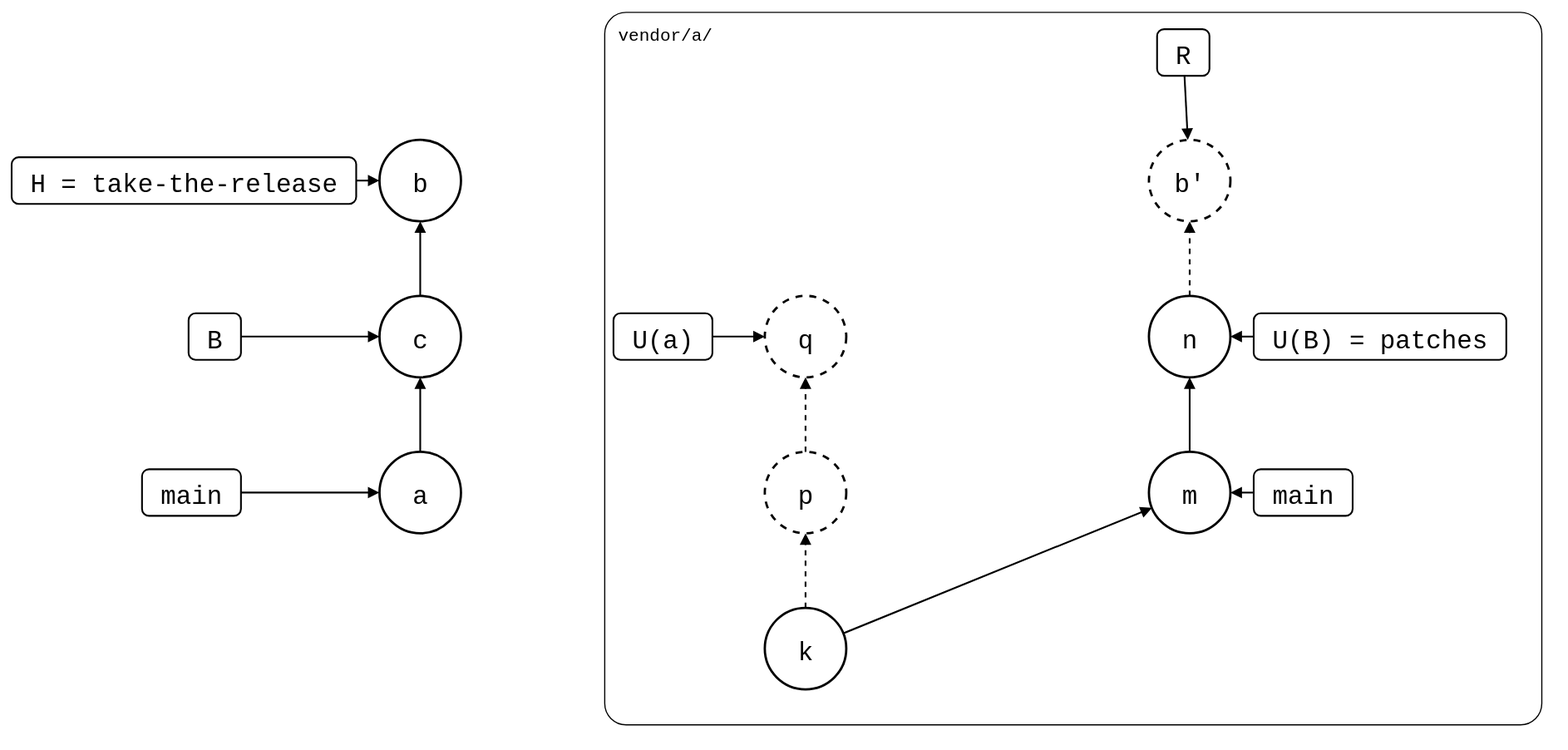
Earlier version of the draw.io export test/scenarios/06-rewritten-history/04-patch-branch-rebased/02-squash-merged/pull-request.drawio.svg (roschaefer/git-splice). Source tidied: cells renumbered, new cells last; positions are measured from the earlier drawing's top-left corner, leaving out a move shared by most shapes.
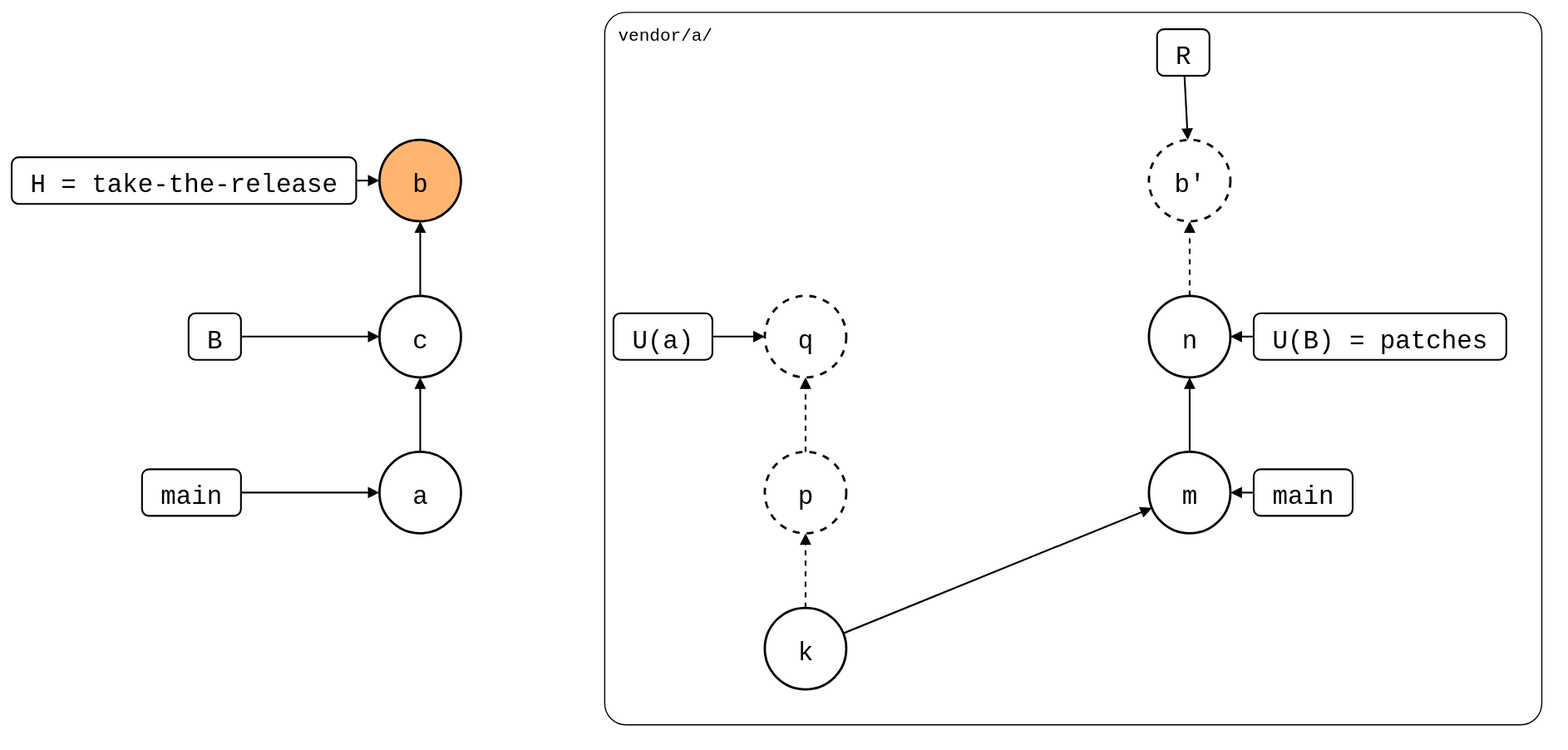
Later version of the same file.

What changed in the source:
```diff
@@ -26,7 +26,7 @@
     <mxCell id="9" value="c" style="ellipse;strokeWidth=2;fontSize=22;fontFamily=Roboto Mono,monospace;" parent="1" vertex="1">
       <mxGeometry x="316" y="244" width="70" height="70" as="geometry" />
     </mxCell>
-    <mxCell id="10" value="b" style="ellipse;strokeWidth=2;fontSize=22;fontFamily=Roboto Mono,monospace;" parent="1" vertex="1">
+    <mxCell id="10" value="b" style="ellipse;strokeWidth=2;fontSize=22;fontFamily=Roboto Mono,monospace;fillColor=#FFB570;" parent="1" vertex="1">
       <mxGeometry x="316" y="110" width="70" height="70" as="geometry" />
     </mxCell>
     <mxCell id="11" value="b'" style="ellipse;strokeWidth=2;fontSize=22;fontFamily=Roboto Mono,monospace;dashed=1;" parent="1" vertex="1">
```
